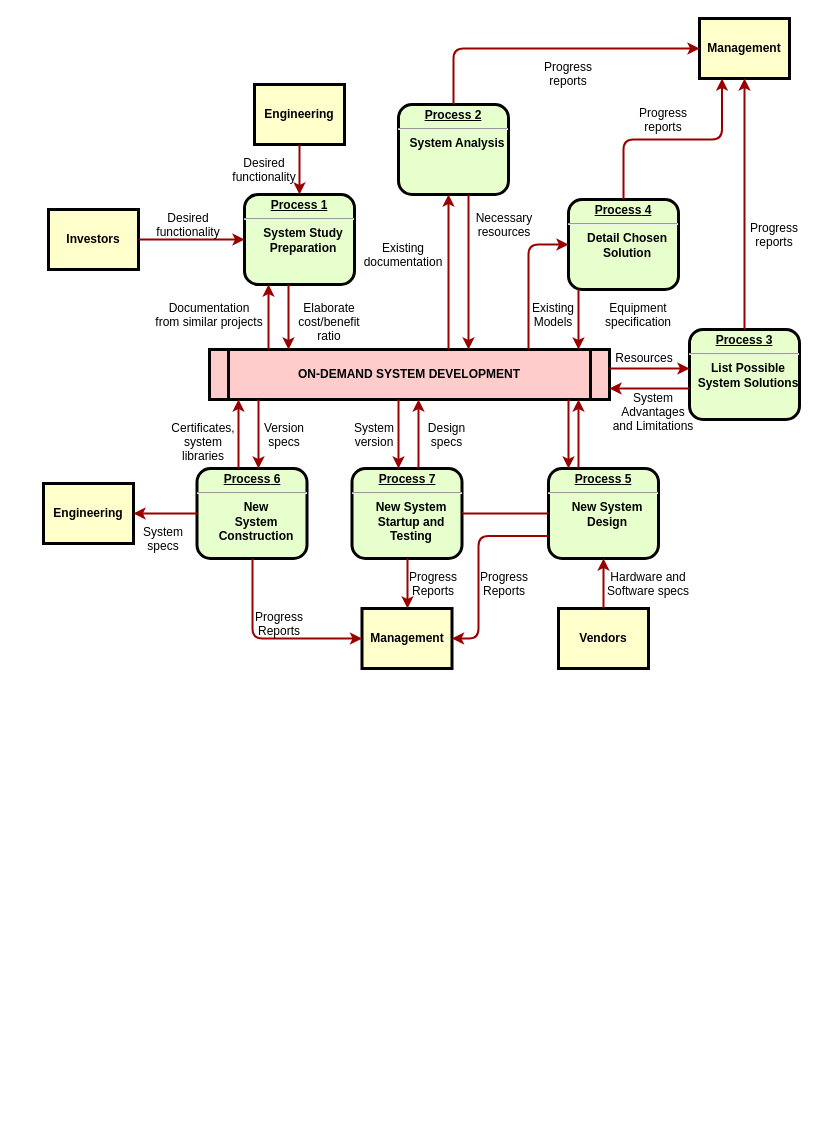
This is Kalman_ICT_Tem.drawio from Ge-Minhappy/hello-world, a draw.io file, before an edit. Source tidied: cells renumbered, new cells numbered last; positions are measured from the earlier drawing's top-left corner, leaving out a move shared by most shapes. Both pictures are drawn from the tidied source at 100%, with x=0, y=0 at pixel (43, 18).
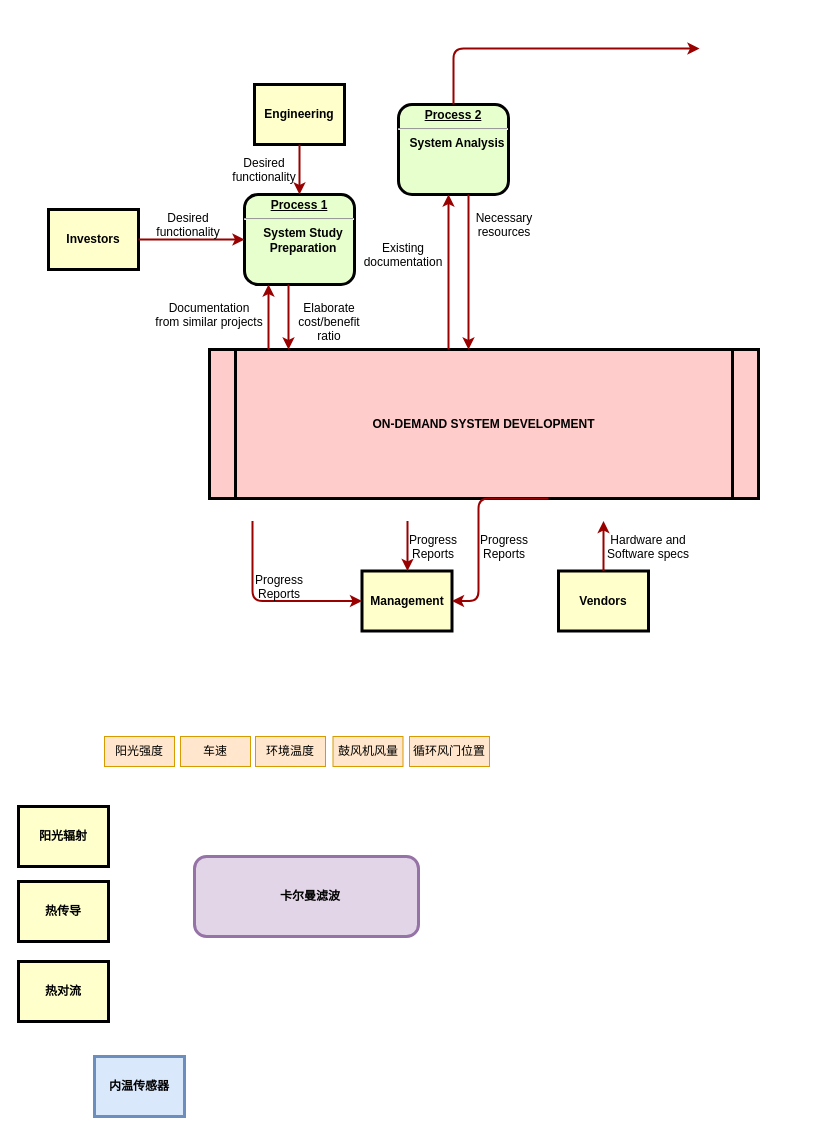
The same page after the edit.

The change refers to these unchanged cells:
```xml
<mxCell id="6" value="&lt;p style=&quot;margin: 0px; margin-top: 4px; text-align: center; text-decoration: underline;&quot;&gt;&lt;strong&gt;Process 2&lt;br /&gt;&lt;/strong&gt;&lt;/p&gt;&lt;hr /&gt;&lt;p style=&quot;margin: 0px; margin-left: 8px;&quot;&gt;System Analysis&lt;/p&gt;" style="verticalAlign=middle;align=center;overflow=fill;fontSize=12;fontFamily=Helvetica;html=1;rounded=1;fontStyle=1;strokeWidth=3;fillColor=#E6FFCC;" parent="1" vertex="1">
  <mxGeometry x="355" y="86" width="110" height="90" as="geometry" />
</mxCell>
```

Change to the diagram source:
```diff
@@
     <mxCell id="5" value="ON-DEMAND SYSTEM DEVELOPMENT" style="shape=process;whiteSpace=wrap;align=center;verticalAlign=middle;size=0.0475;fontStyle=1;strokeWidth=3;fillColor=#FFCCCC;" parent="1" vertex="1">
-      <mxGeometry x="166" y="331" width="400" height="50" as="geometry" />
+      <mxGeometry x="166" y="331" width="549" height="149" as="geometry" />
     </mxCell>
@@
-    <mxCell id="7" value="&lt;p style=&quot;margin: 0px; margin-top: 4px; text-align: center; text-decoration: underline;&quot;&gt;&lt;strong&gt;&lt;strong&gt;Process&lt;/strong&gt; 3&lt;br /&gt;&lt;/strong&gt;&lt;/p&gt;&lt;hr /&gt;&lt;p style=&quot;margin: 0px; margin-left: 8px;&quot;&gt;List Possible&lt;/p&gt;&lt;p style=&quot;margin: 0px; margin-left: 8px;&quot;&gt;System Solutions&lt;/p&gt;" style="verticalAlign=middle;align=center;overflow=fill;fontSize=12;fontFamily=Helvetica;html=1;rounded=1;fontStyle=1;strokeWidth=3;fillColor=#E6FFCC;" parent="1" vertex="1">
-      <mxGeometry x="646" y="311" width="110" height="90" as="geometry" />
-    </mxCell>
-    <mxCell id="8" value="&lt;p style=&quot;margin: 0px; margin-top: 4px; text-align: center; text-decoration: underline;&quot;&gt;&lt;strong&gt;&lt;strong&gt;Process&lt;/strong&gt; 4&lt;br /&gt;&lt;/strong&gt;&lt;/p&gt;&lt;hr /&gt;&lt;p style=&quot;margin: 0px; margin-left: 8px;&quot;&gt;Detail Chosen&lt;/p&gt;&lt;p style=&quot;margin: 0px; margin-left: 8px;&quot;&gt;Solution&lt;/p&gt;" style="verticalAlign=middle;align=center;overflow=fill;fontSize=12;fontFamily=Helvetica;html=1;rounded=1;fontStyle=1;strokeWidth=3;fillColor=#E6FFCC;" parent="1" vertex="1">
-      <mxGeometry x="525" y="181" width="110" height="90" as="geometry" />
-    </mxCell>
-    <mxCell id="9" value="&lt;p style=&quot;margin: 0px; margin-top: 4px; text-align: center; text-decoration: underline;&quot;&gt;&lt;strong&gt;&lt;strong&gt;Process&lt;/strong&gt; 5&lt;br /&gt;&lt;/strong&gt;&lt;/p&gt;&lt;hr /&gt;&lt;p style=&quot;margin: 0px; margin-left: 8px;&quot;&gt;New System&lt;/p&gt;&lt;p style=&quot;margin: 0px; margin-left: 8px;&quot;&gt;Design&lt;/p&gt;" style="verticalAlign=middle;align=center;overflow=fill;fontSize=12;fontFamily=Helvetica;html=1;rounded=1;fontStyle=1;strokeWidth=3;fillColor=#E6FFCC;" parent="1" vertex="1">
-      <mxGeometry x="505" y="450" width="110" height="90" as="geometry" />
-    </mxCell>
-    <mxCell id="10" value="&lt;p style=&quot;margin: 0px; margin-top: 4px; text-align: center; text-decoration: underline;&quot;&gt;&lt;strong&gt;&lt;strong&gt;Process&lt;/strong&gt; 6&lt;br /&gt;&lt;/strong&gt;&lt;/p&gt;&lt;hr /&gt;&lt;p style=&quot;margin: 0px; margin-left: 8px;&quot;&gt;New&lt;/p&gt;&lt;p style=&quot;margin: 0px; margin-left: 8px;&quot;&gt;System&lt;/p&gt;&lt;p style=&quot;margin: 0px; margin-left: 8px;&quot;&gt;Construction&lt;/p&gt;" style="verticalAlign=middle;align=center;overflow=fill;fontSize=12;fontFamily=Helvetica;html=1;rounded=1;fontStyle=1;strokeWidth=3;fillColor=#E6FFCC;" parent="1" vertex="1">
-      <mxGeometry x="153.5" y="450" width="110" height="90" as="geometry" />
-    </mxCell>
-    <mxCell id="11" value="Management" style="whiteSpace=wrap;align=center;verticalAlign=middle;fontStyle=1;strokeWidth=3;fillColor=#FFFFCC;" parent="1" vertex="1">
-      <mxGeometry x="656" width="90" height="60" as="geometry" />
-    </mxCell>
     <mxCell id="12" value="Management" style="whiteSpace=wrap;align=center;verticalAlign=middle;fontStyle=1;strokeWidth=3;fillColor=#FFFFCC;" parent="1" vertex="1">
-      <mxGeometry x="318.5" y="590" width="90" height="60" as="geometry" />
+      <mxGeometry x="318.5" y="552.5" width="90" height="60" as="geometry" />
     </mxCell>
-    <mxCell id="13" value="Engineering" style="whiteSpace=wrap;align=center;verticalAlign=middle;fontStyle=1;strokeWidth=3;fillColor=#FFFFCC;" parent="1" vertex="1">
-      <mxGeometry y="465" width="90" height="60" as="geometry" />
+    <mxCell id="13" value="阳光辐射" style="whiteSpace=wrap;align=center;verticalAlign=middle;fontStyle=1;strokeWidth=3;fillColor=#FFFFCC;" parent="1" vertex="1">
+      <mxGeometry x="-25" y="788" width="90" height="60" as="geometry" />
     </mxCell>
     <mxCell id="14" value="Vendors" style="whiteSpace=wrap;align=center;verticalAlign=middle;fontStyle=1;strokeWidth=3;fillColor=#FFFFCC;" parent="1" vertex="1">
-      <mxGeometry x="515" y="590" width="90" height="60" as="geometry" />
+      <mxGeometry x="515" y="552.5" width="90" height="60" as="geometry" />
     </mxCell>
@@
-    <mxCell id="17" value="&lt;p style=&quot;margin: 0px; margin-top: 4px; text-align: center; text-decoration: underline;&quot;&gt;&lt;strong&gt;&lt;strong&gt;Process&lt;/strong&gt; 7&lt;br /&gt;&lt;/strong&gt;&lt;/p&gt;&lt;hr /&gt;&lt;p style=&quot;margin: 0px; margin-left: 8px;&quot;&gt;New System&lt;/p&gt;&lt;p style=&quot;margin: 0px; margin-left: 8px;&quot;&gt;Startup and&lt;/p&gt;&lt;p style=&quot;margin: 0px; margin-left: 8px;&quot;&gt;Testing&lt;/p&gt;" style="verticalAlign=middle;align=center;overflow=fill;fontSize=12;fontFamily=Helvetica;html=1;rounded=1;fontStyle=1;strokeWidth=3;fillColor=#E6FFCC;" parent="1" vertex="1">
-      <mxGeometry x="308.5" y="450" width="110" height="90" as="geometry" />
-    </mxCell>
-    <mxCell id="18" style="endArrow=none;noEdgeStyle=1;strokeColor=#990000;strokeWidth=2;" parent="1" edge="1" source="9" target="17">
-      <mxGeometry relative="1" as="geometry" />
-    </mxCell>
@@
-    <mxCell id="29" value="Progress&#10;reports" style="text;spacingTop=-5;align=center;" parent="1" vertex="1">
-      <mxGeometry x="510" y="40" width="30" height="20" as="geometry" />
-    </mxCell>
-    <mxCell id="30" value="Progress&#10;reports" style="text;spacingTop=-5;align=center;" parent="1" vertex="1">
-      <mxGeometry x="605" y="86" width="30" height="20" as="geometry" />
-    </mxCell>
-    <mxCell id="31" value="Progress&#10;reports" style="text;spacingTop=-5;align=center;" parent="1" vertex="1">
-      <mxGeometry x="716" y="201" width="30" height="20" as="geometry" />
-    </mxCell>
-    <mxCell id="32" style="edgeStyle=elbowEdgeStyle;elbow=horizontal;strokeColor=#990000;strokeWidth=2;" parent="1" edge="1" source="6" target="11">
+    <mxCell id="32" style="edgeStyle=elbowEdgeStyle;elbow=horizontal;strokeColor=#990000;strokeWidth=2;" parent="1" edge="1" source="6">
       <mxGeometry relative="1" as="geometry">
+        <mxPoint x="656" y="30" as="targetPoint" />
         <Array as="points">
           <mxPoint x="410" y="80" />
         </Array>
       </mxGeometry>
     </mxCell>
-    <mxCell id="33" style="edgeStyle=elbowEdgeStyle;elbow=vertical;entryX=0.25;entryY=1;strokeColor=#990000;strokeWidth=2;" parent="1" edge="1" source="8" target="11">
-      <mxGeometry relative="1" as="geometry" />
-    </mxCell>
-    <mxCell id="34" style="edgeStyle=elbowEdgeStyle;elbow=horizontal;strokeColor=#990000;strokeWidth=2;" parent="1" edge="1" source="7" target="11">
-      <mxGeometry relative="1" as="geometry" />
-    </mxCell>
-    <mxCell id="35" style="edgeStyle=elbowEdgeStyle;elbow=horizontal;strokeColor=#990000;strokeWidth=2;" parent="1" edge="1" source="8" target="5">
-      <mxGeometry relative="1" as="geometry">
-        <Array as="points">
-          <mxPoint x="535" y="300" />
-        </Array>
-      </mxGeometry>
-    </mxCell>
-    <mxCell id="36" style="edgeStyle=segmentEdgeStyle;strokeColor=#990000;strokeWidth=2;" parent="1" edge="1" source="5" target="8">
-      <mxGeometry relative="1" as="geometry">
-        <Array as="points">
-          <mxPoint x="485" y="226" />
-        </Array>
-      </mxGeometry>
-    </mxCell>
-    <mxCell id="37" value="Existing&#10;Models" style="text;spacingTop=-5;align=center;" parent="1" vertex="1">
-      <mxGeometry x="495" y="281" width="30" height="20" as="geometry" />
-    </mxCell>
-    <mxCell id="38" value="Equipment&#10;specification" style="text;spacingTop=-5;align=center;" parent="1" vertex="1">
-      <mxGeometry x="580" y="281" width="30" height="20" as="geometry" />
-    </mxCell>
-    <mxCell id="39" style="edgeStyle=elbowEdgeStyle;elbow=vertical;strokeColor=#990000;strokeWidth=2;" parent="1" edge="1" source="5" target="7">
-      <mxGeometry relative="1" as="geometry">
-        <Array as="points">
-          <mxPoint x="615" y="350" />
-        </Array>
-      </mxGeometry>
-    </mxCell>
-    <mxCell id="40" style="edgeStyle=elbowEdgeStyle;elbow=vertical;strokeColor=#990000;strokeWidth=2;" parent="1" edge="1" source="7" target="5">
-      <mxGeometry relative="1" as="geometry">
-        <Array as="points">
-          <mxPoint x="615" y="370" />
-        </Array>
-      </mxGeometry>
-    </mxCell>
-    <mxCell id="41" value="Resources" style="text;spacingTop=-5;align=center;" parent="1" vertex="1">
-      <mxGeometry x="586" y="331" width="30" height="20" as="geometry" />
-    </mxCell>
-    <mxCell id="42" value="System &#10;Advantages &#10;and Limitations" style="text;spacingTop=-5;align=center;" parent="1" vertex="1">
-      <mxGeometry x="595" y="371" width="30" height="20" as="geometry" />
-    </mxCell>
-    <mxCell id="43" style="edgeStyle=elbowEdgeStyle;elbow=horizontal;strokeColor=#990000;strokeWidth=2;" parent="1" edge="1" source="9" target="5">
-      <mxGeometry relative="1" as="geometry">
-        <Array as="points">
-          <mxPoint x="535" y="410" />
-        </Array>
-      </mxGeometry>
-    </mxCell>
-    <mxCell id="44" style="edgeStyle=elbowEdgeStyle;elbow=horizontal;strokeColor=#990000;strokeWidth=2;" parent="1" edge="1" source="5" target="9">
-      <mxGeometry relative="1" as="geometry">
-        <Array as="points">
-          <mxPoint x="525" y="420" />
-        </Array>
-      </mxGeometry>
-    </mxCell>
-    <mxCell id="45" style="edgeStyle=elbowEdgeStyle;elbow=horizontal;strokeColor=#990000;strokeWidth=2;" parent="1" edge="1" source="14" target="9">
-      <mxGeometry relative="1" as="geometry" />
+    <mxCell id="45" style="edgeStyle=elbowEdgeStyle;elbow=horizontal;strokeColor=#990000;strokeWidth=2;" parent="1" edge="1" source="14">
+      <mxGeometry relative="1" as="geometry">
+        <mxPoint x="560" y="502.5" as="targetPoint" />
+      </mxGeometry>
     </mxCell>
     <mxCell id="46" value="Hardware and&#10;Software specs" style="text;spacingTop=-5;align=center;" parent="1" vertex="1">
-      <mxGeometry x="590" y="550" width="30" height="20" as="geometry" />
+      <mxGeometry x="590" y="512.5" width="30" height="20" as="geometry" />
     </mxCell>
-    <mxCell id="47" style="edgeStyle=elbowEdgeStyle;elbow=horizontal;exitX=0;exitY=0.75;strokeColor=#990000;strokeWidth=2;" parent="1" edge="1" source="9" target="12">
+    <mxCell id="47" style="edgeStyle=elbowEdgeStyle;elbow=horizontal;exitX=0;exitY=0.75;strokeColor=#990000;strokeWidth=2;" parent="1" edge="1" target="12">
       <mxGeometry relative="1" as="geometry">
+        <mxPoint x="505" y="480" as="sourcePoint" />
         <Array as="points">
-          <mxPoint x="435" y="570" />
+          <mxPoint x="435" y="532.5" />
         </Array>
       </mxGeometry>
     </mxCell>
     <mxCell id="48" value="Progress&#10;Reports" style="text;spacingTop=-5;align=center;" parent="1" vertex="1">
-      <mxGeometry x="446" y="550" width="30" height="20" as="geometry" />
+      <mxGeometry x="446" y="512.5" width="30" height="20" as="geometry" />
     </mxCell>
-    <mxCell id="49" style="edgeStyle=elbowEdgeStyle;elbow=horizontal;strokeColor=#990000;strokeWidth=2;" parent="1" edge="1" source="17" target="12">
-      <mxGeometry relative="1" as="geometry" />
+    <mxCell id="49" style="edgeStyle=elbowEdgeStyle;elbow=horizontal;strokeColor=#990000;strokeWidth=2;" parent="1" edge="1" target="12">
+      <mxGeometry relative="1" as="geometry">
+        <mxPoint x="364" y="502.5" as="sourcePoint" />
+      </mxGeometry>
     </mxCell>
     <mxCell id="50" value="Progress&#10;Reports" style="text;spacingTop=-5;align=center;" parent="1" vertex="1">
-      <mxGeometry x="375" y="550" width="30" height="20" as="geometry" />
+      <mxGeometry x="375" y="512.5" width="30" height="20" as="geometry" />
     </mxCell>
-    <mxCell id="51" style="edgeStyle=elbowEdgeStyle;elbow=horizontal;strokeColor=#990000;strokeWidth=2;" parent="1" edge="1" source="10" target="12">
+    <mxCell id="51" style="edgeStyle=elbowEdgeStyle;elbow=horizontal;strokeColor=#990000;strokeWidth=2;" parent="1" edge="1" target="12">
       <mxGeometry relative="1" as="geometry">
+        <mxPoint x="209" y="502.5" as="sourcePoint" />
         <Array as="points">
-          <mxPoint x="209" y="570" />
+          <mxPoint x="209" y="532.5" />
         </Array>
       </mxGeometry>
     </mxCell>
     <mxCell id="52" value="Progress&#10;Reports" style="text;spacingTop=-5;align=center;" parent="1" vertex="1">
-      <mxGeometry x="221" y="590" width="30" height="20" as="geometry" />
+      <mxGeometry x="221" y="552.5" width="30" height="20" as="geometry" />
     </mxCell>
-    <mxCell id="53" style="edgeStyle=elbowEdgeStyle;elbow=vertical;strokeColor=#990000;strokeWidth=2;" parent="1" edge="1" source="10" target="13">
-      <mxGeometry relative="1" as="geometry" />
-    </mxCell>
-    <mxCell id="54" style="edgeStyle=elbowEdgeStyle;elbow=horizontal;strokeColor=#990000;strokeWidth=2;" parent="1" edge="1" source="5" target="17">
-      <mxGeometry relative="1" as="geometry">
-        <Array as="points">
-          <mxPoint x="355" y="410" />
-        </Array>
-      </mxGeometry>
-    </mxCell>
-    <mxCell id="55" style="edgeStyle=elbowEdgeStyle;elbow=horizontal;strokeColor=#990000;strokeWidth=2;" parent="1" edge="1" source="17" target="5">
-      <mxGeometry relative="1" as="geometry">
-        <Array as="points">
-          <mxPoint x="375" y="410" />
-        </Array>
-      </mxGeometry>
-    </mxCell>
-    <mxCell id="56" value="Version&#10;specs" style="text;spacingTop=-5;align=center;" parent="1" vertex="1">
-      <mxGeometry x="226" y="401" width="30" height="20" as="geometry" />
-    </mxCell>
-    <mxCell id="57" value="Certificates,&#10;system&#10;libraries" style="text;spacingTop=-5;align=center;" parent="1" vertex="1">
-      <mxGeometry x="145" y="401" width="30" height="20" as="geometry" />
-    </mxCell>
-    <mxCell id="58" style="edgeStyle=elbowEdgeStyle;elbow=horizontal;strokeColor=#990000;strokeWidth=2;" parent="1" edge="1" source="5" target="10">
-      <mxGeometry relative="1" as="geometry">
-        <Array as="points">
-          <mxPoint x="215" y="410" />
-        </Array>
-      </mxGeometry>
-    </mxCell>
-    <mxCell id="59" style="edgeStyle=elbowEdgeStyle;elbow=horizontal;strokeColor=#990000;strokeWidth=2;" parent="1" edge="1" source="10" target="5">
-      <mxGeometry relative="1" as="geometry">
-        <Array as="points">
-          <mxPoint x="195" y="410" />
-        </Array>
-      </mxGeometry>
-    </mxCell>
-    <mxCell id="60" value="System&#10;specs" style="text;spacingTop=-5;align=center;" parent="1" vertex="1">
-      <mxGeometry x="105" y="505" width="30" height="20" as="geometry" />
-    </mxCell>
-    <mxCell id="61" value="Design&#10;specs" style="text;spacingTop=-5;align=center;" parent="1" vertex="1">
-      <mxGeometry x="388.5" y="401" width="30" height="20" as="geometry" />
-    </mxCell>
-    <mxCell id="62" value="System&#10;version" style="text;spacingTop=-5;align=center;" parent="1" vertex="1">
-      <mxGeometry x="316" y="401" width="30" height="20" as="geometry" />
-    </mxCell>
+    <mxCell id="63" value="热传导" style="whiteSpace=wrap;align=center;verticalAlign=middle;fontStyle=1;strokeWidth=3;fillColor=#FFFFCC;" parent="1" vertex="1">
+      <mxGeometry x="-25" y="863" width="90" height="60" as="geometry" />
+    </mxCell>
+    <mxCell id="64" value="热对流" style="whiteSpace=wrap;align=center;verticalAlign=middle;fontStyle=1;strokeWidth=3;fillColor=#FFFFCC;" parent="1" vertex="1">
+      <mxGeometry x="-25" y="943" width="90" height="60" as="geometry" />
+    </mxCell>
+    <mxCell id="65" value="&lt;p style=&quot;margin: 0px; margin-top: 4px; text-align: center; text-decoration: underline;&quot;&gt;&lt;/p&gt;&lt;p style=&quot;margin: 0px; margin-left: 8px;&quot;&gt;&lt;br&gt;&lt;/p&gt;&lt;p style=&quot;margin: 0px; margin-left: 8px;&quot;&gt;&lt;span style=&quot;background-color: initial;&quot;&gt;&lt;br&gt;&lt;/span&gt;&lt;/p&gt;&lt;p style=&quot;margin: 0px; margin-left: 8px;&quot;&gt;&lt;span style=&quot;background-color: initial;&quot;&gt;卡尔曼滤波&lt;/span&gt;&lt;br&gt;&lt;/p&gt;" style="verticalAlign=middle;align=center;overflow=fill;fontSize=12;fontFamily=Helvetica;html=1;rounded=1;fontStyle=1;strokeWidth=3;fillColor=#e1d5e7;strokeColor=#9673a6;" parent="1" vertex="1">
+      <mxGeometry x="151" y="838" width="224" height="80" as="geometry" />
+    </mxCell>
+    <mxCell id="66" value="内温传感器" style="whiteSpace=wrap;align=center;verticalAlign=middle;fontStyle=1;strokeWidth=3;fillColor=#dae8fc;strokeColor=#6c8ebf;" parent="1" vertex="1">
+      <mxGeometry x="51" y="1038" width="90" height="60" as="geometry" />
+    </mxCell>
+    <mxCell id="67" value="阳光强度" style="rounded=0;whiteSpace=wrap;html=1;fillColor=#ffe6cc;strokeColor=#d79b00;" parent="1" vertex="1">
+      <mxGeometry x="61" y="718" width="70" height="30" as="geometry" />
+    </mxCell>
+    <mxCell id="68" value="车速" style="rounded=0;whiteSpace=wrap;html=1;fillColor=#ffe6cc;strokeColor=#d79b00;" parent="1" vertex="1">
+      <mxGeometry x="137" y="718" width="70" height="30" as="geometry" />
+    </mxCell>
+    <mxCell id="69" value="环境温度" style="rounded=0;whiteSpace=wrap;html=1;fillColor=#ffe6cc;strokeColor=#d79b00;" parent="1" vertex="1">
+      <mxGeometry x="212" y="718" width="70" height="30" as="geometry" />
+    </mxCell>
+    <mxCell id="70" value="鼓风机风量" style="rounded=0;whiteSpace=wrap;html=1;fillColor=#ffe6cc;strokeColor=#d79b00;" parent="1" vertex="1">
+      <mxGeometry x="289.5" y="718" width="70" height="30" as="geometry" />
+    </mxCell>
+    <mxCell id="71" value="循环风门位置" style="rounded=0;whiteSpace=wrap;html=1;fillColor=#ffe6cc;strokeColor=#d79b00;" parent="1" vertex="1">
+      <mxGeometry x="366" y="718" width="80" height="30" as="geometry" />
+    </mxCell>
```
